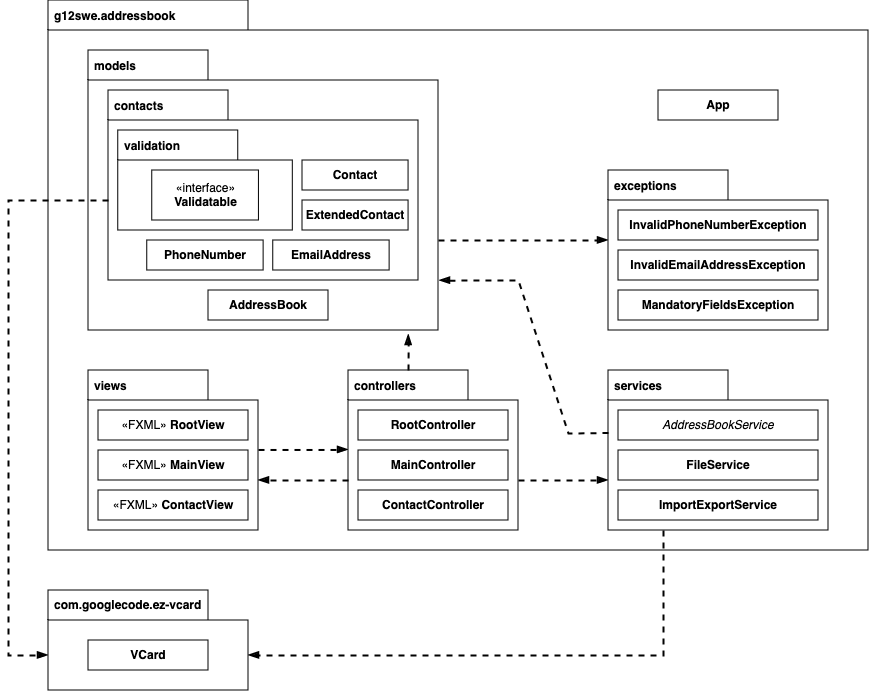
This is docs/DiagramPackage/packageDiagram.png from francescopeluso/SWE-Project, a draw.io export, as it was before one commit. Source tidied: cells renumbered, new cells last; positions are measured from the earlier drawing's top-left corner, leaving out a move shared by most shapes.
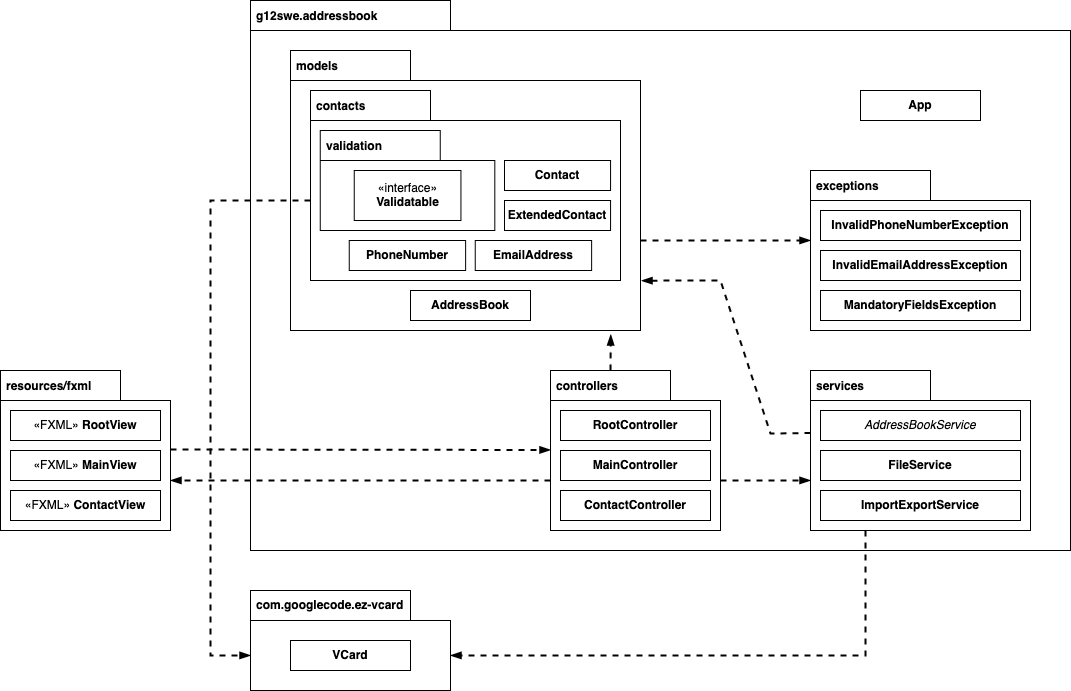
The same diagram one commit later.

Commit message:
Aggiornamento package diagram

Change to the diagram source:
```diff
@@ -9,9 +9,9 @@
       <mxGeometry x="650" y="90" width="120" height="30" as="geometry" />
     </mxCell>
     <mxCell id="4" style="group;" parent="1" vertex="1">
-      <mxGeometry x="80" y="370" width="170" height="160" as="geometry" />
+      <mxGeometry x="-210" y="370" width="170" height="160" as="geometry" />
     </mxCell>
-    <mxCell id="5" value="views" style="shape=folder;fontStyle=1;spacingTop=2;tabWidth=120;tabHeight=30;tabPosition=left;html=1;whiteSpace=wrap;align=left;horizontal=1;verticalAlign=top;spacingLeft=4;" parent="4" vertex="1">
+    <mxCell id="5" value="resources/fxml" style="shape=folder;fontStyle=1;spacingTop=2;tabWidth=120;tabHeight=30;tabPosition=left;html=1;whiteSpace=wrap;align=left;horizontal=1;verticalAlign=top;spacingLeft=4;" parent="4" vertex="1">
       <mxGeometry width="170" height="160" as="geometry" />
     </mxCell>
     <mxCell id="6" value="«FXML» &lt;b&gt;RootView&lt;/b&gt;" style="html=1;whiteSpace=wrap;" parent="4" vertex="1">
@@ -113,12 +113,12 @@
     <mxCell id="37" style="endArrow=blockThin;html=1;rounded=0;dashed=1;strokeWidth=2;endFill=1;" parent="1" edge="1">
       <mxGeometry relative="1" as="geometry">
         <mxPoint x="340" y="480" as="sourcePoint" />
-        <mxPoint x="250" y="480" as="targetPoint" />
+        <mxPoint x="-40" y="480" as="targetPoint" />
       </mxGeometry>
     </mxCell>
     <mxCell id="38" style="endArrow=blockThin;html=1;rounded=0;dashed=1;strokeWidth=2;endFill=1;" parent="1" edge="1">
       <mxGeometry relative="1" as="geometry">
-        <mxPoint x="250" y="449.5" as="sourcePoint" />
+        <mxPoint x="-40" y="449" as="sourcePoint" />
         <mxPoint x="340" y="449.5" as="targetPoint" />
       </mxGeometry>
     </mxCell>
```
